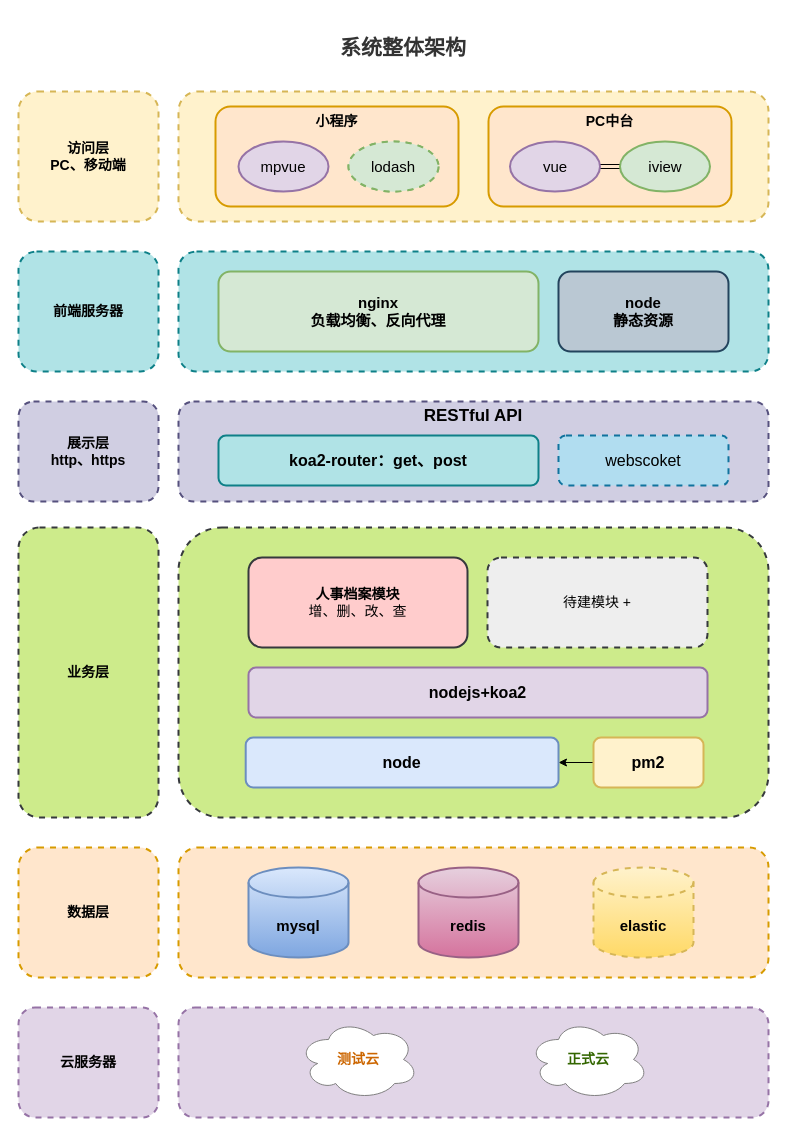
The draw.io diagram 系统架构.drawio in 8230459/drawio, before the edit. Source tidied: cells renumbered, new cells numbered last; positions are measured from the earlier drawing's top-left corner, leaving out a move shared by most shapes. Both pictures are drawn from the tidied source at 100%, with x=0, y=0 at pixel (18, 17).
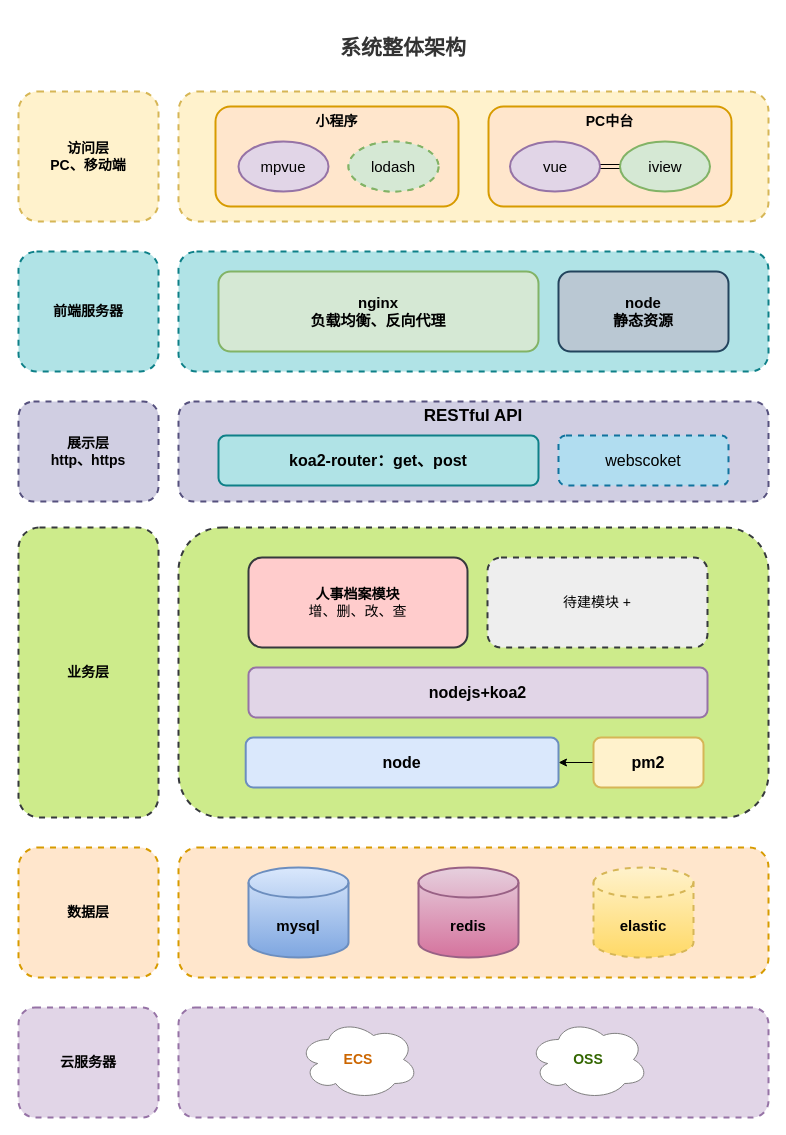
After the change.

Change to the diagram source:
```diff
@@
-    <mxCell id="31" value="测试云" style="ellipse;shape=cloud;whiteSpace=wrap;html=1;strokeColor=#808080;strokeWidth=1;fontSize=14;fontColor=#CC6600;fontStyle=1;" parent="1" vertex="1">
+    <mxCell id="31" value="ECS" style="ellipse;shape=cloud;whiteSpace=wrap;html=1;strokeColor=#808080;strokeWidth=1;fontSize=14;fontColor=#CC6600;fontStyle=1;" parent="1" vertex="1">
       <mxGeometry x="280" y="1002" width="120" height="80" as="geometry" />
     </mxCell>
-    <mxCell id="32" value="正式云" style="ellipse;shape=cloud;whiteSpace=wrap;html=1;strokeColor=#808080;strokeWidth=1;fontSize=14;fontColor=#336600;fontStyle=1;" parent="1" vertex="1">
+    <mxCell id="32" value="OSS" style="ellipse;shape=cloud;whiteSpace=wrap;html=1;strokeColor=#808080;strokeWidth=1;fontSize=14;fontColor=#336600;fontStyle=1;" parent="1" vertex="1">
       <mxGeometry x="510" y="1002" width="120" height="80" as="geometry" />
     </mxCell>
```
